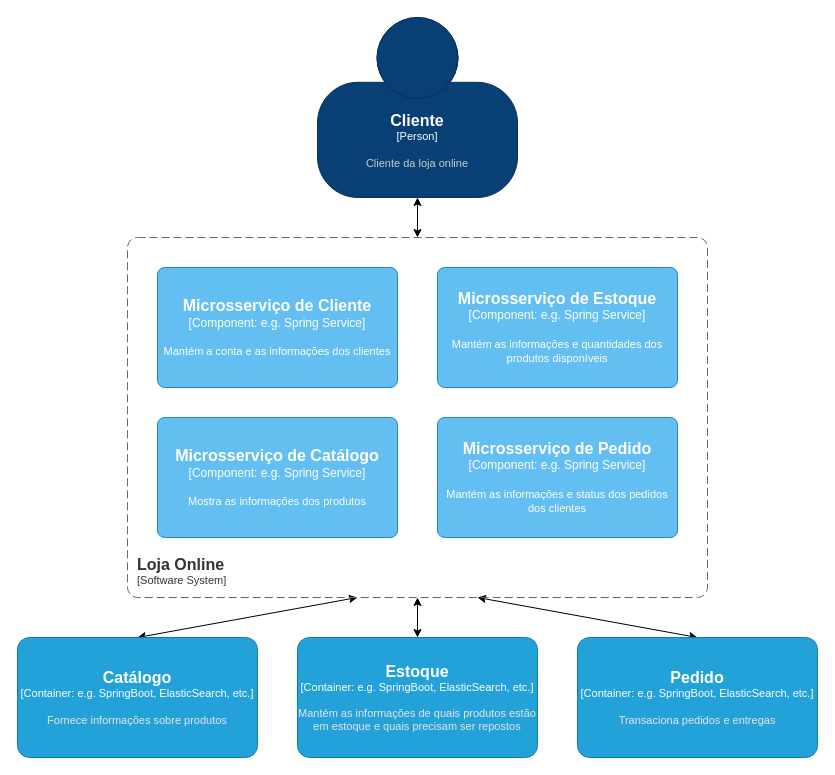
Before: Container diagram.drawio in a2cds/archstarter, a draw.io diagram. Source tidied: cells renumbered, new cells numbered last; positions are measured from the earlier drawing's top-left corner, leaving out a move shared by most shapes. Both pictures are drawn from the tidied source at 100%, with x=0, y=0 at pixel (17, 17).
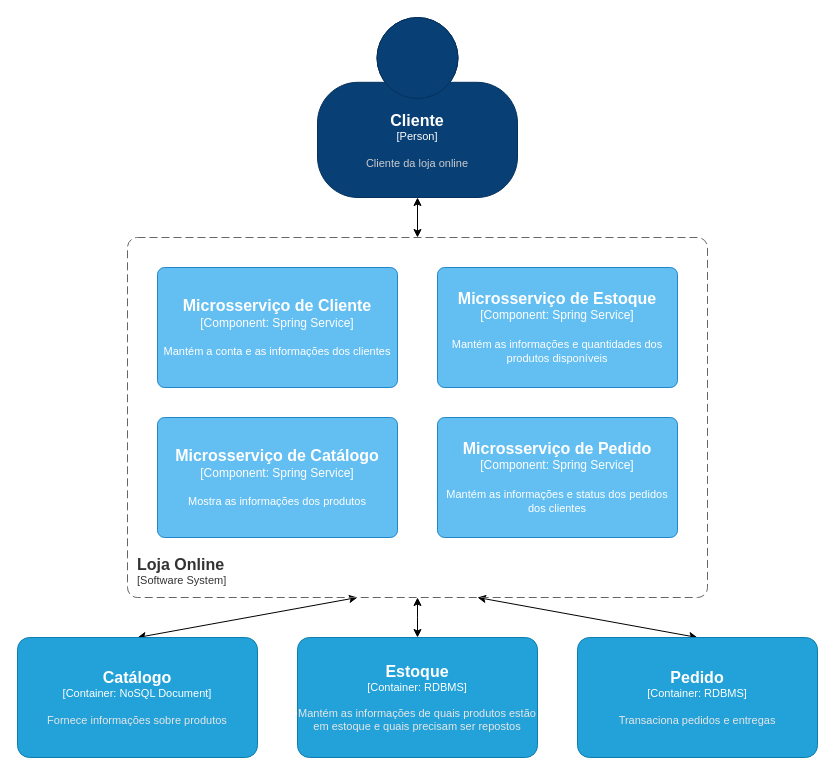
Above is the later version.

Commit message (it also covers changes not shown here):
Diagrama de componentes

Change to the diagram source:
```diff
@@
-    <object id="5" label="&lt;font style=&quot;font-size: 16px&quot;&gt;&lt;b&gt;%c4Name%&lt;/b&gt;&lt;/font&gt;&lt;div&gt;[%c4Type%: %c4Technology%]&lt;/div&gt;&lt;br&gt;&lt;div&gt;&lt;font style=&quot;font-size: 11px&quot;&gt;&lt;font color=&quot;#E6E6E6&quot;&gt;%c4Description%&lt;/font&gt;&lt;/div&gt;" c4Description="Fornece informações sobre produtos" c4Name="Catálogo" c4Technology="e.g. SpringBoot, ElasticSearch, etc." c4Type="Container" placeholders="1">
+    <object id="5" label="&lt;font style=&quot;font-size: 16px&quot;&gt;&lt;b&gt;%c4Name%&lt;/b&gt;&lt;/font&gt;&lt;div&gt;[%c4Type%: %c4Technology%]&lt;/div&gt;&lt;br&gt;&lt;div&gt;&lt;font style=&quot;font-size: 11px&quot;&gt;&lt;font color=&quot;#E6E6E6&quot;&gt;%c4Description%&lt;/font&gt;&lt;/div&gt;" c4Description="Fornece informações sobre produtos" c4Name="Catálogo" c4Technology="NoSQL Document" c4Type="Container" placeholders="1">
       <mxCell style="rounded=1;whiteSpace=wrap;html=1;fontSize=11;labelBackgroundColor=none;fillColor=#23A2D9;fontColor=#ffffff;align=center;arcSize=10;strokeColor=#0E7DAD;points=[[0.25,0,0],[0.5,0,0],[0.75,0,0],[1,0.25,0],[1,0.5,0],[1,0.75,0],[0.75,1,0],[0.5,1,0],[0.25,1,0],[0,0.75,0],[0,0.5,0],[0,0.25,0]];" parent="1" vertex="1">
         <mxGeometry y="620" width="240" height="120" as="geometry" />
       </mxCell>
     </object>
@@
-    <object id="7" label="&lt;font style=&quot;font-size: 16px&quot;&gt;&lt;b&gt;%c4Name%&lt;/b&gt;&lt;/font&gt;&lt;div&gt;[%c4Type%: %c4Technology%]&lt;/div&gt;&lt;br&gt;&lt;div&gt;&lt;font style=&quot;font-size: 11px&quot;&gt;&lt;font color=&quot;#E6E6E6&quot;&gt;%c4Description%&lt;/font&gt;&lt;/div&gt;" c4Description="Mantém as informações de quais produtos estão em estoque e quais precisam ser repostos" c4Name="Estoque" c4Technology="e.g. SpringBoot, ElasticSearch, etc." c4Type="Container" placeholders="1">
+    <object id="7" label="&lt;font style=&quot;font-size: 16px&quot;&gt;&lt;b&gt;%c4Name%&lt;/b&gt;&lt;/font&gt;&lt;div&gt;[%c4Type%: %c4Technology%]&lt;/div&gt;&lt;br&gt;&lt;div&gt;&lt;font style=&quot;font-size: 11px&quot;&gt;&lt;font color=&quot;#E6E6E6&quot;&gt;%c4Description%&lt;/font&gt;&lt;/div&gt;" c4Description="Mantém as informações de quais produtos estão em estoque e quais precisam ser repostos" c4Name="Estoque" c4Technology="RDBMS" c4Type="Container" placeholders="1">
       <mxCell style="rounded=1;whiteSpace=wrap;html=1;fontSize=11;labelBackgroundColor=none;fillColor=#23A2D9;fontColor=#ffffff;align=center;arcSize=10;strokeColor=#0E7DAD;points=[[0.25,0,0],[0.5,0,0],[0.75,0,0],[1,0.25,0],[1,0.5,0],[1,0.75,0],[0.75,1,0],[0.5,1,0],[0.25,1,0],[0,0.75,0],[0,0.5,0],[0,0.25,0]];" parent="1" vertex="1">
         <mxGeometry x="280" y="620" width="240" height="120" as="geometry" />
       </mxCell>
     </object>
@@
-    <object id="9" label="&lt;font style=&quot;font-size: 16px&quot;&gt;&lt;b&gt;%c4Name%&lt;/b&gt;&lt;/font&gt;&lt;div&gt;[%c4Type%: %c4Technology%]&lt;/div&gt;&lt;br&gt;&lt;div&gt;&lt;font style=&quot;font-size: 11px&quot;&gt;&lt;font color=&quot;#E6E6E6&quot;&gt;%c4Description%&lt;/font&gt;&lt;/div&gt;" c4Description="Transaciona pedidos e entregas" c4Name="Pedido" c4Technology="e.g. SpringBoot, ElasticSearch, etc." c4Type="Container" placeholders="1">
+    <object id="9" label="&lt;font style=&quot;font-size: 16px&quot;&gt;&lt;b&gt;%c4Name%&lt;/b&gt;&lt;/font&gt;&lt;div&gt;[%c4Type%: %c4Technology%]&lt;/div&gt;&lt;br&gt;&lt;div&gt;&lt;font style=&quot;font-size: 11px&quot;&gt;&lt;font color=&quot;#E6E6E6&quot;&gt;%c4Description%&lt;/font&gt;&lt;/div&gt;" c4Description="Transaciona pedidos e entregas" c4Name="Pedido" c4Technology="RDBMS" c4Type="Container" placeholders="1">
       <mxCell style="rounded=1;whiteSpace=wrap;html=1;fontSize=11;labelBackgroundColor=none;fillColor=#23A2D9;fontColor=#ffffff;align=center;arcSize=10;strokeColor=#0E7DAD;points=[[0.25,0,0],[0.5,0,0],[0.75,0,0],[1,0.25,0],[1,0.5,0],[1,0.75,0],[0.75,1,0],[0.5,1,0],[0.25,1,0],[0,0.75,0],[0,0.5,0],[0,0.25,0]];" parent="1" vertex="1">
         <mxGeometry x="560" y="620" width="240" height="120" as="geometry" />
       </mxCell>
     </object>
@@
-    <object id="11" label="&lt;font style=&quot;font-size: 16px&quot;&gt;&lt;b&gt;%c4Name%&lt;/b&gt;&lt;/font&gt;&lt;div&gt;[%c4Type%: %c4Technology%]&lt;/div&gt;&lt;br&gt;&lt;div&gt;&lt;font style=&quot;font-size: 11px&quot;&gt;%c4Description%&lt;/font&gt;&lt;/div&gt;" c4Description="Mantém a conta e as informações dos clientes" c4Name="Microsserviço de Cliente" c4Technology="e.g. Spring Service" c4Type="Component" placeholders="1">
+    <object id="11" label="&lt;font style=&quot;font-size: 16px&quot;&gt;&lt;b&gt;%c4Name%&lt;/b&gt;&lt;/font&gt;&lt;div&gt;[%c4Type%: %c4Technology%]&lt;/div&gt;&lt;br&gt;&lt;div&gt;&lt;font style=&quot;font-size: 11px&quot;&gt;%c4Description%&lt;/font&gt;&lt;/div&gt;" c4Description="Mantém a conta e as informações dos clientes" c4Name="Microsserviço de Cliente" c4Technology="Spring Service" c4Type="Component" placeholders="1">
       <mxCell style="rounded=1;whiteSpace=wrap;html=1;labelBackgroundColor=none;fillColor=#63BEF2;fontColor=#ffffff;align=center;arcSize=6;strokeColor=#2086C9;" parent="1" vertex="1">
         <mxGeometry x="140" y="250" width="240" height="120" as="geometry" />
       </mxCell>
     </object>
-    <object id="12" label="&lt;font style=&quot;font-size: 16px&quot;&gt;&lt;b&gt;%c4Name%&lt;/b&gt;&lt;/font&gt;&lt;div&gt;[%c4Type%: %c4Technology%]&lt;/div&gt;&lt;br&gt;&lt;div&gt;&lt;font style=&quot;font-size: 11px&quot;&gt;%c4Description%&lt;/font&gt;&lt;/div&gt;" c4Description="Mostra as informações dos produtos" c4Name="Microsserviço de Catálogo" c4Technology="e.g. Spring Service" c4Type="Component" placeholders="1">
+    <object id="12" label="&lt;font style=&quot;font-size: 16px&quot;&gt;&lt;b&gt;%c4Name%&lt;/b&gt;&lt;/font&gt;&lt;div&gt;[%c4Type%: %c4Technology%]&lt;/div&gt;&lt;br&gt;&lt;div&gt;&lt;font style=&quot;font-size: 11px&quot;&gt;%c4Description%&lt;/font&gt;&lt;/div&gt;" c4Description="Mostra as informações dos produtos" c4Name="Microsserviço de Catálogo" c4Technology="Spring Service" c4Type="Component" placeholders="1">
       <mxCell style="rounded=1;whiteSpace=wrap;html=1;labelBackgroundColor=none;fillColor=#63BEF2;fontColor=#ffffff;align=center;arcSize=6;strokeColor=#2086C9;" parent="1" vertex="1">
         <mxGeometry x="140" y="400" width="240" height="120" as="geometry" />
       </mxCell>
     </object>
-    <object id="13" label="&lt;font style=&quot;font-size: 16px&quot;&gt;&lt;b&gt;%c4Name%&lt;/b&gt;&lt;/font&gt;&lt;div&gt;[%c4Type%: %c4Technology%]&lt;/div&gt;&lt;br&gt;&lt;div&gt;&lt;font style=&quot;font-size: 11px&quot;&gt;%c4Description%&lt;/font&gt;&lt;/div&gt;" c4Description="Mantém as informações e status dos pedidos dos clientes" c4Name="Microsserviço de Pedido" c4Technology="e.g. Spring Service" c4Type="Component" placeholders="1">
+    <object id="13" label="&lt;font style=&quot;font-size: 16px&quot;&gt;&lt;b&gt;%c4Name%&lt;/b&gt;&lt;/font&gt;&lt;div&gt;[%c4Type%: %c4Technology%]&lt;/div&gt;&lt;br&gt;&lt;div&gt;&lt;font style=&quot;font-size: 11px&quot;&gt;%c4Description%&lt;/font&gt;&lt;/div&gt;" c4Description="Mantém as informações e status dos pedidos dos clientes" c4Name="Microsserviço de Pedido" c4Technology="Spring Service" c4Type="Component" placeholders="1">
       <mxCell style="rounded=1;whiteSpace=wrap;html=1;labelBackgroundColor=none;fillColor=#63BEF2;fontColor=#ffffff;align=center;arcSize=6;strokeColor=#2086C9;" parent="1" vertex="1">
         <mxGeometry x="420" y="400" width="240" height="120" as="geometry" />
       </mxCell>
     </object>
-    <object id="14" label="&lt;font style=&quot;font-size: 16px&quot;&gt;&lt;b&gt;%c4Name%&lt;/b&gt;&lt;/font&gt;&lt;div&gt;[%c4Type%: %c4Technology%]&lt;/div&gt;&lt;br&gt;&lt;div&gt;&lt;font style=&quot;font-size: 11px&quot;&gt;%c4Description%&lt;/font&gt;&lt;/div&gt;" c4Description="Mantém as informações e quantidades dos produtos disponíveis" c4Name="Microsserviço de Estoque" c4Technology="e.g. Spring Service" c4Type="Component" placeholders="1">
+    <object id="14" label="&lt;font style=&quot;font-size: 16px&quot;&gt;&lt;b&gt;%c4Name%&lt;/b&gt;&lt;/font&gt;&lt;div&gt;[%c4Type%: %c4Technology%]&lt;/div&gt;&lt;br&gt;&lt;div&gt;&lt;font style=&quot;font-size: 11px&quot;&gt;%c4Description%&lt;/font&gt;&lt;/div&gt;" c4Description="Mantém as informações e quantidades dos produtos disponíveis" c4Name="Microsserviço de Estoque" c4Technology="Spring Service" c4Type="Component" placeholders="1">
       <mxCell style="rounded=1;whiteSpace=wrap;html=1;labelBackgroundColor=none;fillColor=#63BEF2;fontColor=#ffffff;align=center;arcSize=6;strokeColor=#2086C9;" parent="1" vertex="1">
         <mxGeometry x="420" y="250" width="240" height="120" as="geometry" />
       </mxCell>
     </object>
```
